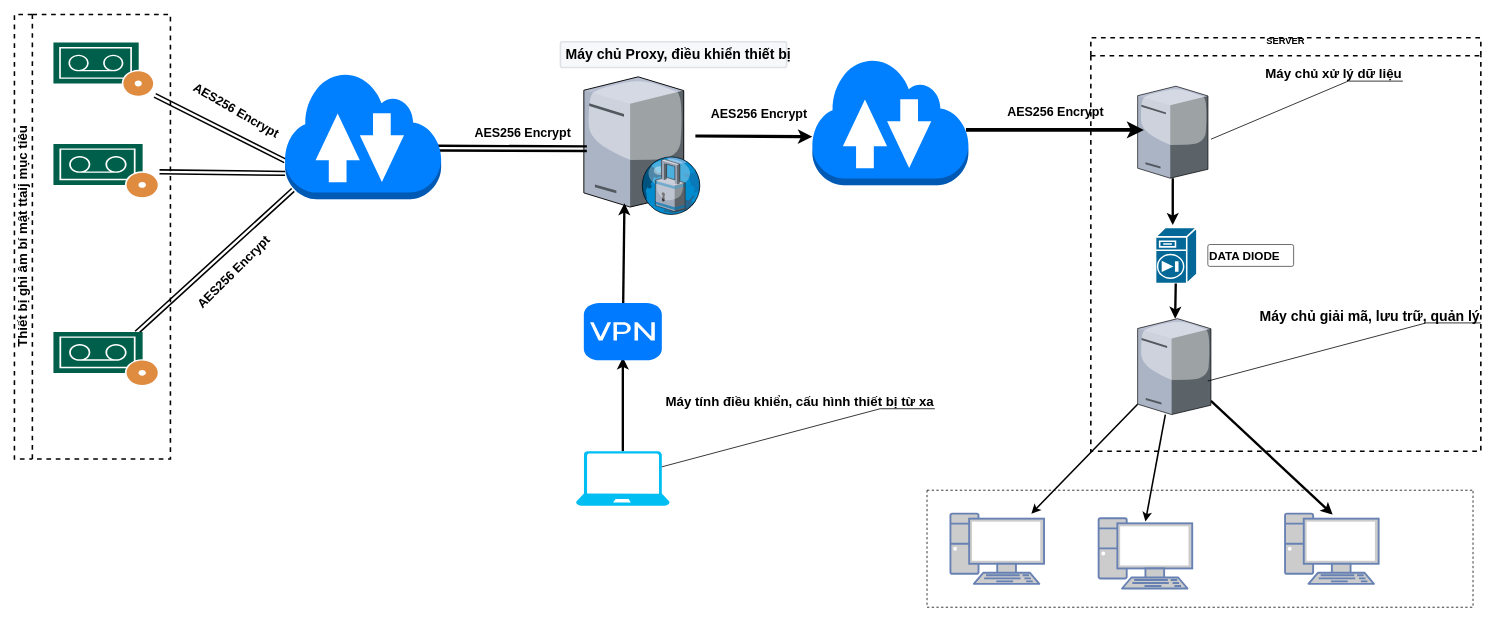
This is Untitled Diagram.drawio from Lehuutuong/Project, a draw.io file, before an edit. Source tidied: cells renumbered, new cells numbered last; positions are measured from the earlier drawing's top-left corner, leaving out a move shared by most shapes. Both pictures are drawn from the tidied source at 78%, with x=0, y=0 at pixel (14, 14).
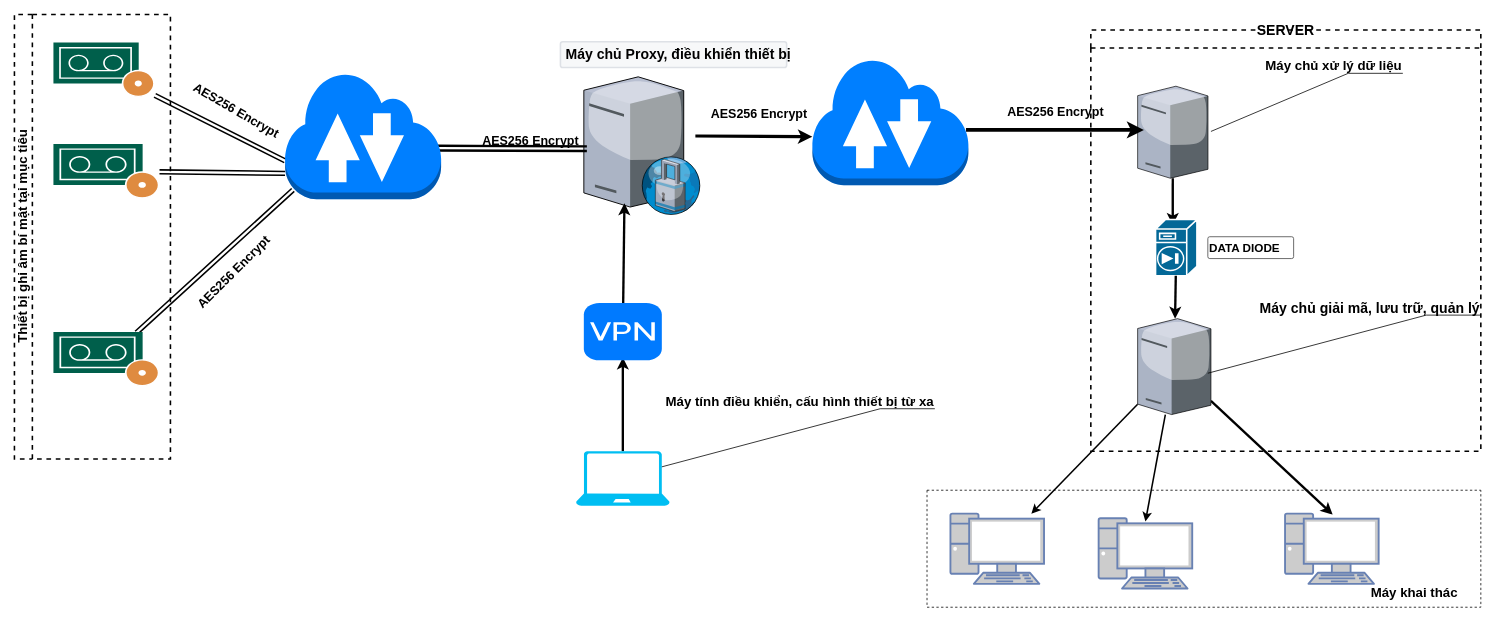
After the change.

The edit, as a diff of the source:
```diff
@@
-    <mxCell id="19" value="&lt;div&gt;SERVER&lt;/div&gt;&lt;div&gt;&lt;br&gt;&lt;/div&gt;" style="swimlane;whiteSpace=wrap;html=1;dashed=1;strokeWidth=2;" parent="1" vertex="1">
-      <mxGeometry x="1380" y="30" width="500" height="530" as="geometry" />
+    <mxCell id="19" value="&lt;div style=&quot;font-size: 18px;&quot;&gt;&lt;font style=&quot;font-size: 18px;&quot;&gt;SERVER&lt;br&gt;&lt;/font&gt;&lt;/div&gt;&lt;div style=&quot;font-size: 18px;&quot;&gt;&lt;font style=&quot;font-size: 18px;&quot;&gt;&lt;br&gt;&lt;/font&gt;&lt;/div&gt;" style="swimlane;whiteSpace=wrap;html=1;dashed=1;strokeWidth=2;" parent="1" vertex="1">
+      <mxGeometry x="1380" y="20" width="500" height="540" as="geometry" />
     </mxCell>
@@
-    <mxCell id="25" value="&lt;font style=&quot;font-size: 17px;&quot;&gt;Thiết bị ghi âm bí mật ttaij mục tiêu&lt;/font&gt;" style="swimlane;horizontal=0;whiteSpace=wrap;html=1;dashed=1;strokeWidth=2;" parent="1" vertex="1">
+    <mxCell id="25" value="&lt;font style=&quot;font-size: 17px;&quot;&gt;Thiết bị ghi âm bí mật tại mục tiêu&lt;/font&gt;" style="swimlane;horizontal=0;whiteSpace=wrap;html=1;dashed=1;strokeWidth=2;" parent="1" vertex="1">
       <mxGeometry width="200" height="570" as="geometry" />
     </mxCell>
@@
     <mxCell id="33" style="swimlane;startSize=0;dashed=1;" parent="1" vertex="1">
-      <mxGeometry x="1170" y="610" width="700" height="150" as="geometry" />
+      <mxGeometry x="1170" y="610" width="710" height="150" as="geometry" />
     </mxCell>
+    <mxCell id="39" value="&lt;font style=&quot;font-size: 17px;&quot;&gt;&lt;b&gt;Máy khai thác&lt;br&gt;&lt;/b&gt;&lt;/font&gt;" style="text;html=1;strokeColor=none;fillColor=none;align=center;verticalAlign=middle;whiteSpace=wrap;rounded=0;" parent="33" vertex="1">
+      <mxGeometry x="530" y="118" width="190" height="30" as="geometry" />
+    </mxCell>
@@
-    <mxCell id="39" value="&lt;b&gt;&lt;font style=&quot;font-size: 16px;&quot;&gt;AES256 Encrypt&lt;/font&gt;&lt;/b&gt;" style="text;html=1;strokeColor=none;fillColor=none;align=center;verticalAlign=middle;whiteSpace=wrap;rounded=0;" parent="1" vertex="1">
-      <mxGeometry x="557" y="137" width="190" height="30" as="geometry" />
-    </mxCell>
@@
+    <mxCell id="43" value="&lt;b&gt;&lt;font style=&quot;font-size: 16px;&quot;&gt;AES256 Encrypt&lt;/font&gt;&lt;/b&gt;" style="text;html=1;strokeColor=none;fillColor=none;align=center;verticalAlign=middle;whiteSpace=wrap;rounded=0;" parent="1" vertex="1">
+      <mxGeometry x="567" y="147" width="190" height="30" as="geometry" />
+    </mxCell>
```
